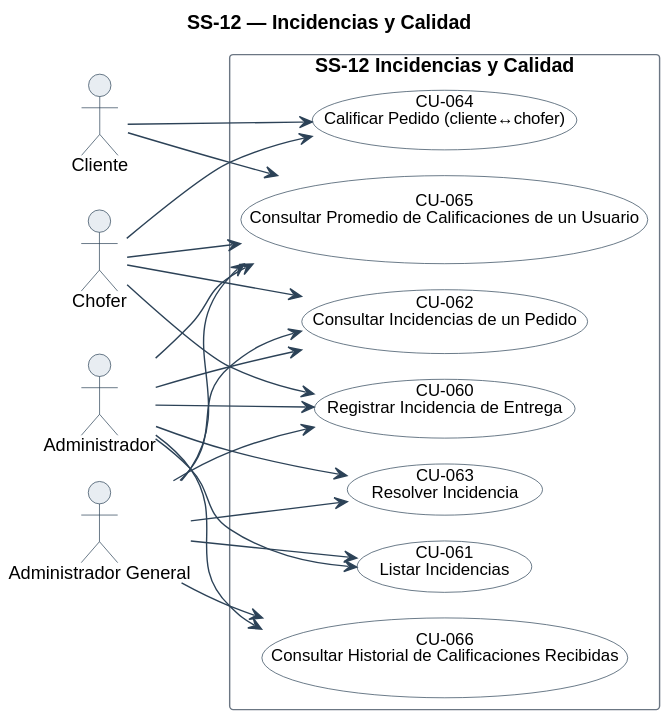
Earlier version of the PlantUML export diagramas/uml/CU_SS-12_Incidencias-Y-Calidad-De-Servicio.svg (Nahuelito-Dev/splg-docs).
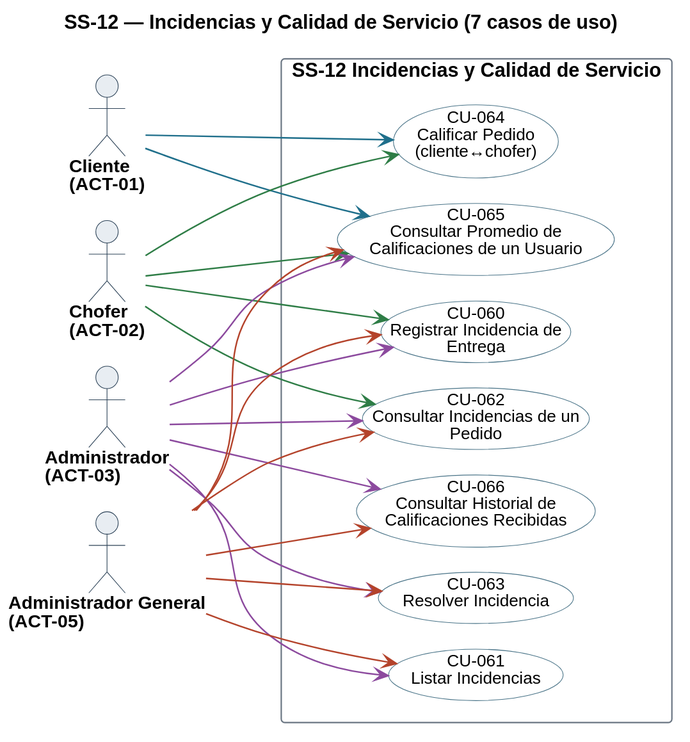
The same diagram one commit later.

Diff of the diagram source:
```diff
@@ -1,22 +1,23 @@
 @startuml
-!pragma layout smetana
-title SS-12 — Incidencias y Calidad
+title SS-12 — Incidencias y Calidad de Servicio (7 casos de uso)
 left to right direction
 skinparam backgroundColor #FFFFFF
 skinparam shadowing false
 skinparam defaultFontName Helvetica
 skinparam defaultFontSize 13
+skinparam dpi 150
 skinparam ArrowColor #2C4257
+skinparam ArrowThickness 1.1
 skinparam actor {
   BorderColor #2C4257
   BackgroundColor #E8EDF2
+  FontSize 13
+  FontStyle bold
 }
 skinparam usecase {
   BorderColor #2C4257
   BackgroundColor #FFFFFF
   FontSize 12
-  BorderColor<<pendiente>> #9C4436
-  BackgroundColor<<pendiente>> #F6E4E1
 }
 skinparam rectangle {
   BorderColor #6B7683
@@ -24,37 +25,44 @@
   FontStyle bold
 }
 
-actor "Cliente" as A1
-actor "Chofer" as A2
-actor "Administrador" as A3
-actor "Administrador General" as A5
-
-rectangle "SS-12 Incidencias y Calidad" {
-  usecase "CU-060\nRegistrar Incidencia de Entrega" as U60
-  usecase "CU-061\nListar Incidencias" as U61
-  usecase "CU-062\nConsultar Incidencias de un Pedido" as U62
-  usecase "CU-063\nResolver Incidencia" as U63
-  usecase "CU-064\nCalificar Pedido (cliente↔chofer)" as U64
-  usecase "CU-065\nConsultar Promedio de Calificaciones de un Usuario" as U65
-  usecase "CU-066\nConsultar Historial de Calificaciones Recibidas" as U66
+skinparam nodesep 18
+skinparam ranksep 70
+skinparam usecase {
+  BorderColor<<pendiente>> #9C4436
+  BackgroundColor<<pendiente>> #F6E4E1
 }
 
-A2 --> U60
-A3 --> U60
-A5 --> U60
-A3 --> U61
-A5 --> U61
-A2 --> U62
-A3 --> U62
-A5 --> U62
-A3 --> U63
-A5 --> U63
-A1 --> U64
-A2 --> U64
-A1 --> U65
-A2 --> U65
-A3 --> U65
-A5 --> U65
-A3 --> U66
-A5 --> U66
+actor "Cliente\n(ACT-01)" as A01
+actor "Chofer\n(ACT-02)" as A02
+actor "Administrador\n(ACT-03)" as A03
+actor "Administrador General\n(ACT-05)" as A05
+
+rectangle "SS-12 Incidencias y Calidad de Servicio" {
+  usecase "CU-060\nRegistrar Incidencia de\nEntrega" as U060 #back:FFFFFF;line:4A7488
+  usecase "CU-061\nListar Incidencias" as U061 #back:FFFFFF;line:4A7488
+  usecase "CU-062\nConsultar Incidencias de un\nPedido" as U062 #back:FFFFFF;line:4A7488
+  usecase "CU-063\nResolver Incidencia" as U063 #back:FFFFFF;line:4A7488
+  usecase "CU-064\nCalificar Pedido\n(cliente↔chofer)" as U064 #back:FFFFFF;line:4A7488
+  usecase "CU-065\nConsultar Promedio de\nCalificaciones de un Usuario" as U065 #back:FFFFFF;line:4A7488
+  usecase "CU-066\nConsultar Historial de\nCalificaciones Recibidas" as U066 #back:FFFFFF;line:4A7488
+}
+
+A01 -[#1F6F8B]-> U064
+A01 -[#1F6F8B]-> U065
+A02 -[#2E7D46]-> U060
+A02 -[#2E7D46]-> U062
+A02 -[#2E7D46]-> U064
+A02 -[#2E7D46]-> U065
+A03 -[#8C4A9E]-> U060
+A03 -[#8C4A9E]-> U061
+A03 -[#8C4A9E]-> U062
+A03 -[#8C4A9E]-> U063
+A03 -[#8C4A9E]-> U065
+A03 -[#8C4A9E]-> U066
+A05 -[#B4432B]-> U060
+A05 -[#B4432B]-> U061
+A05 -[#B4432B]-> U062
+A05 -[#B4432B]-> U063
+A05 -[#B4432B]-> U065
+A05 -[#B4432B]-> U066
 @enduml
```
